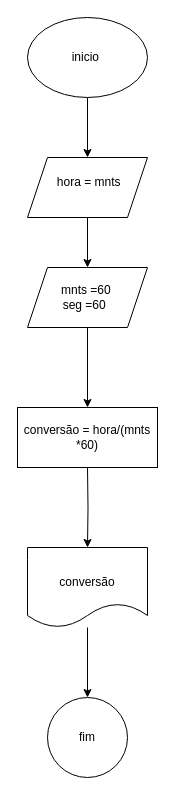
Before: variaveiseoperadoresaritimeticos/hrs,min.drawio in beatrizvih/p_a2025, a draw.io diagram. Source tidied: cells renumbered, new cells numbered last; positions are measured from the earlier drawing's top-left corner, leaving out a move shared by most shapes. Both pictures are drawn from the tidied source at 100%, with x=0, y=0 at pixel (17, 17).
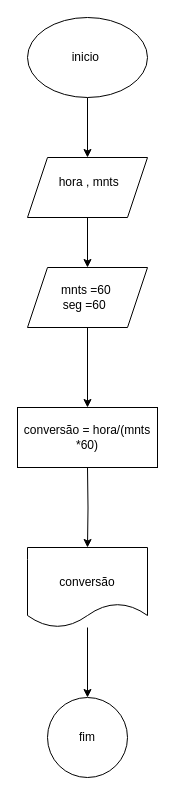
After the change.

The edit, as a diff of the source:
```diff
@@
 <mxGraphModel>
   <root>
     <mxCell id="0" />
     <mxCell id="1" parent="0" />
     <mxCell id="2" style="edgeStyle=orthogonalEdgeStyle;rounded=0;jettySize=auto;html=1;entryX=0.5;entryY=0;entryDx=0;entryDy=0;" parent="1" edge="1" source="3" target="6">
       <mxGeometry relative="1" as="geometry" />
     </mxCell>
     <mxCell id="3" style="ellipse;whiteSpace=wrap;html=1;" parent="1" vertex="1">
       <mxGeometry x="10" width="120" height="80" as="geometry" />
     </mxCell>
     <mxCell id="4" value="inicio&amp;nbsp;" style="text;html=1;align=center;verticalAlign=middle;whiteSpace=wrap;rounded=0;" parent="1" vertex="1">
       <mxGeometry x="40" y="25" width="60" height="30" as="geometry" />
     </mxCell>
     <mxCell id="5" style="edgeStyle=orthogonalEdgeStyle;rounded=0;jettySize=auto;html=1;" parent="1" edge="1" source="6" target="9">
       <mxGeometry relative="1" as="geometry" />
     </mxCell>
     <mxCell id="6" style="shape=parallelogram;perimeter=parallelogramPerimeter;whiteSpace=wrap;html=1;fixedSize=1;" parent="1" vertex="1">
       <mxGeometry x="10" y="140" width="120" height="60" as="geometry" />
     </mxCell>
-    <mxCell id="7" value="&amp;nbsp;hora = mnts" style="text;html=1;align=center;verticalAlign=middle;whiteSpace=wrap;rounded=0;" parent="1" vertex="1">
+    <mxCell id="7" value="&amp;nbsp;hora , mnts" style="text;html=1;align=center;verticalAlign=middle;whiteSpace=wrap;rounded=0;" parent="1" vertex="1">
       <mxGeometry x="25" y="150" width="90" height="30" as="geometry" />
     </mxCell>
     <mxCell id="8" style="edgeStyle=orthogonalEdgeStyle;rounded=0;jettySize=auto;html=1;" parent="1" edge="1" source="9" target="11">
       <mxGeometry relative="1" as="geometry" />
     </mxCell>
     <mxCell id="9" style="shape=parallelogram;perimeter=parallelogramPerimeter;whiteSpace=wrap;html=1;fixedSize=1;" parent="1" vertex="1">
       <mxGeometry x="10" y="250" width="120" height="60" as="geometry" />
     </mxCell>
     <mxCell id="10" value="mnts =60&amp;nbsp;&lt;div&gt;seg =60&amp;nbsp;&amp;nbsp;&lt;/div&gt;" style="text;html=1;align=center;verticalAlign=middle;whiteSpace=wrap;rounded=0;" parent="1" vertex="1">
       <mxGeometry x="17.5" y="265" width="105" height="30" as="geometry" />
     </mxCell>
     <mxCell id="11" style="whiteSpace=wrap;html=1;" parent="1" vertex="1">
       <mxGeometry y="390" width="140" height="60" as="geometry" />
     </mxCell>
     <mxCell id="12" style="edgeStyle=orthogonalEdgeStyle;rounded=0;jettySize=auto;html=1;entryX=0.5;entryY=0;entryDx=0;entryDy=0;" parent="1" edge="1" target="15">
       <mxGeometry relative="1" as="geometry">
         <mxPoint x="70" y="450" as="sourcePoint" />
       </mxGeometry>
     </mxCell>
     <mxCell id="13" value="conversão = hora/(mnts *60)" style="text;html=1;align=center;verticalAlign=middle;whiteSpace=wrap;rounded=0;" parent="1" vertex="1">
       <mxGeometry y="405" width="140" height="30" as="geometry" />
     </mxCell>
     <mxCell id="14" style="edgeStyle=orthogonalEdgeStyle;rounded=0;jettySize=auto;html=1;" parent="1" edge="1" source="15" target="17">
       <mxGeometry relative="1" as="geometry" />
     </mxCell>
     <mxCell id="15" style="shape=document;whiteSpace=wrap;html=1;boundedLbl=1;" parent="1" vertex="1">
       <mxGeometry x="10" y="530" width="120" height="80" as="geometry" />
     </mxCell>
     <mxCell id="16" value="conversão" style="text;html=1;align=center;verticalAlign=middle;whiteSpace=wrap;rounded=0;" parent="1" vertex="1">
       <mxGeometry x="40" y="550" width="60" height="30" as="geometry" />
     </mxCell>
     <mxCell id="17" style="ellipse;whiteSpace=wrap;html=1;" parent="1" vertex="1">
       <mxGeometry x="30" y="680" width="80" height="80" as="geometry" />
     </mxCell>
     <mxCell id="18" value="fim" style="text;html=1;align=center;verticalAlign=middle;whiteSpace=wrap;rounded=0;" parent="1" vertex="1">
       <mxGeometry x="40" y="707.5" width="60" height="25" as="geometry" />
     </mxCell>
   </root>
 </mxGraphModel>
```
